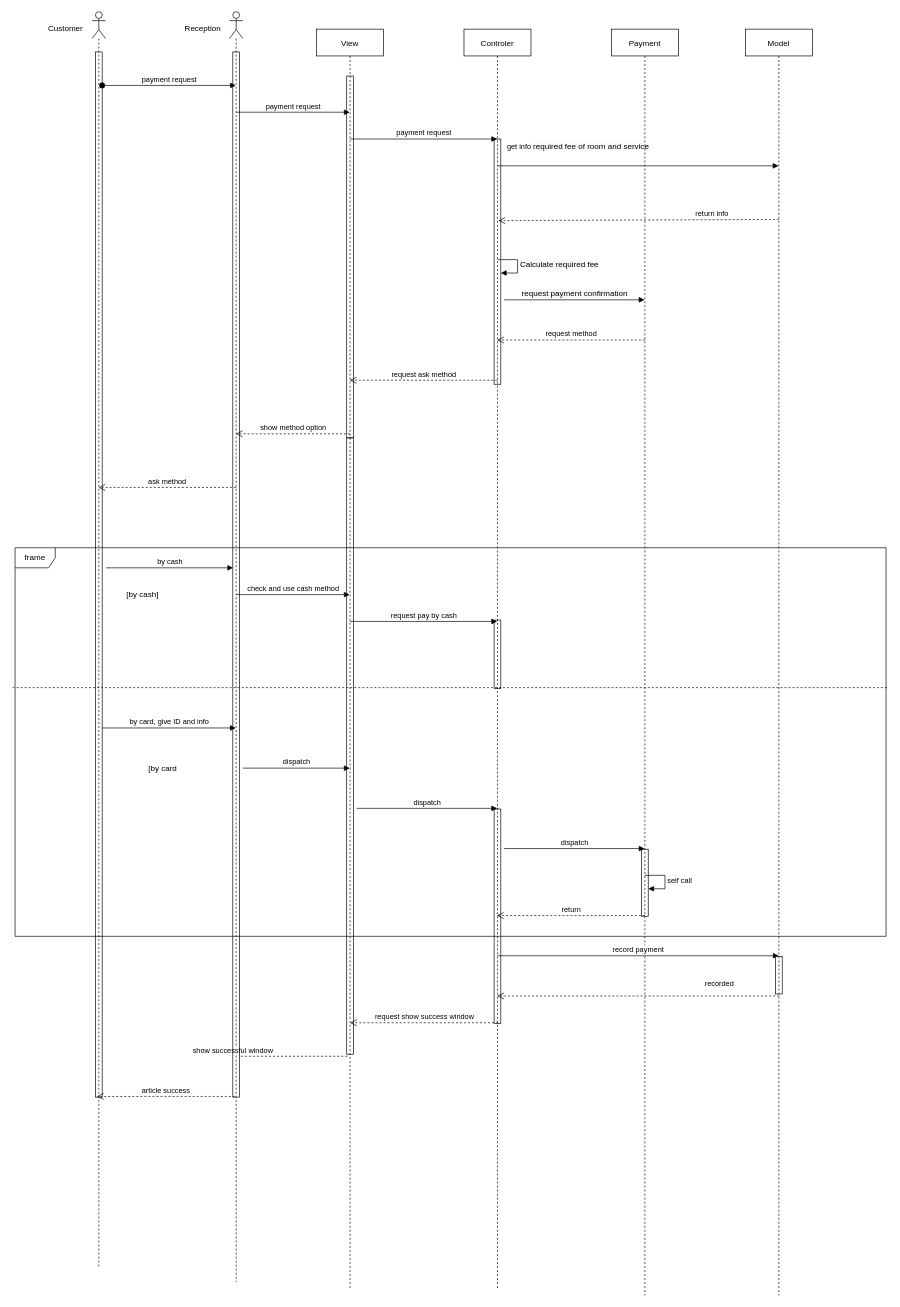
The draw.io diagram page "Payment" (4 of 4) of Diagram/Sequence Diagram.drawio in jonathanha52/SE104.L23.PMCL, before the edit. Source tidied: cells renumbered, new cells numbered last; positions are measured from the earlier drawing's top-left corner, leaving out a move shared by most shapes. Both pictures are drawn from the tidied source at 67%, with x=0, y=0 at pixel (15, 11).
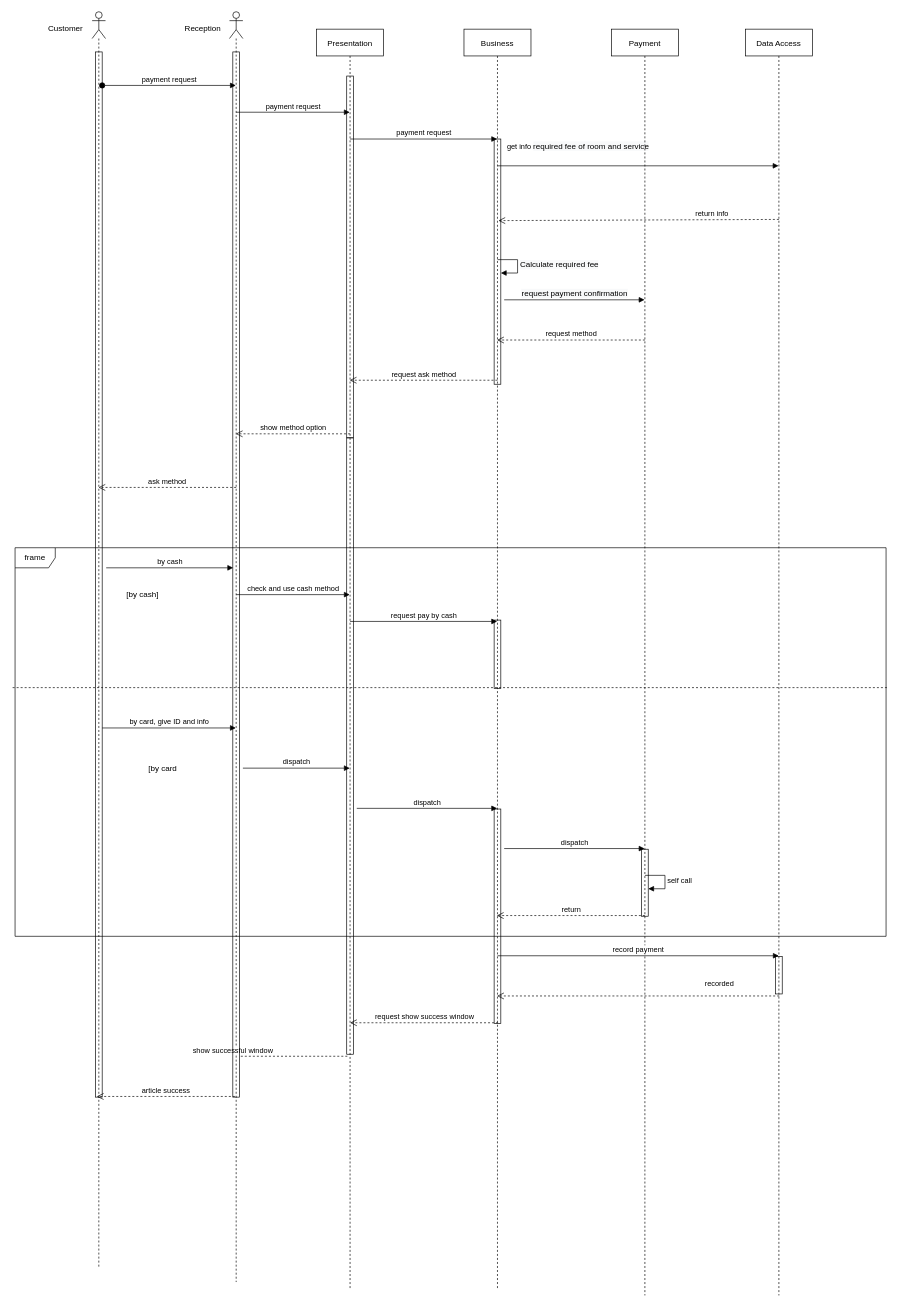
The same page after the edit.

Diff of the diagram source:
```diff
@@
-    <mxCell id="2" value="View" style="shape=umlLifeline;perimeter=lifelinePerimeter;rounded=0;shadow=0;strokeWidth=1;" parent="1" vertex="1">
+    <mxCell id="2" value="Presentation" style="shape=umlLifeline;perimeter=lifelinePerimeter;rounded=0;shadow=0;strokeWidth=1;" parent="1" vertex="1">
       <mxGeometry x="450" y="26" width="100" height="1880" as="geometry" />
     </mxCell>
@@
-    <mxCell id="8" value="Controler" style="shape=umlLifeline;perimeter=lifelinePerimeter;rounded=0;shadow=0;strokeWidth=1;" parent="1" vertex="1">
+    <mxCell id="8" value="Business" style="shape=umlLifeline;perimeter=lifelinePerimeter;rounded=0;shadow=0;strokeWidth=1;" parent="1" vertex="1">
       <mxGeometry x="670" y="26" width="100" height="1880" as="geometry" />
     </mxCell>
@@
-    <mxCell id="14" value="Model" style="shape=umlLifeline;perimeter=lifelinePerimeter;rounded=0;shadow=0;strokeWidth=1;" parent="1" vertex="1">
+    <mxCell id="14" value="Data Access" style="shape=umlLifeline;perimeter=lifelinePerimeter;rounded=0;shadow=0;strokeWidth=1;" parent="1" vertex="1">
       <mxGeometry x="1090" y="26" width="100" height="1890" as="geometry" />
     </mxCell>
```
